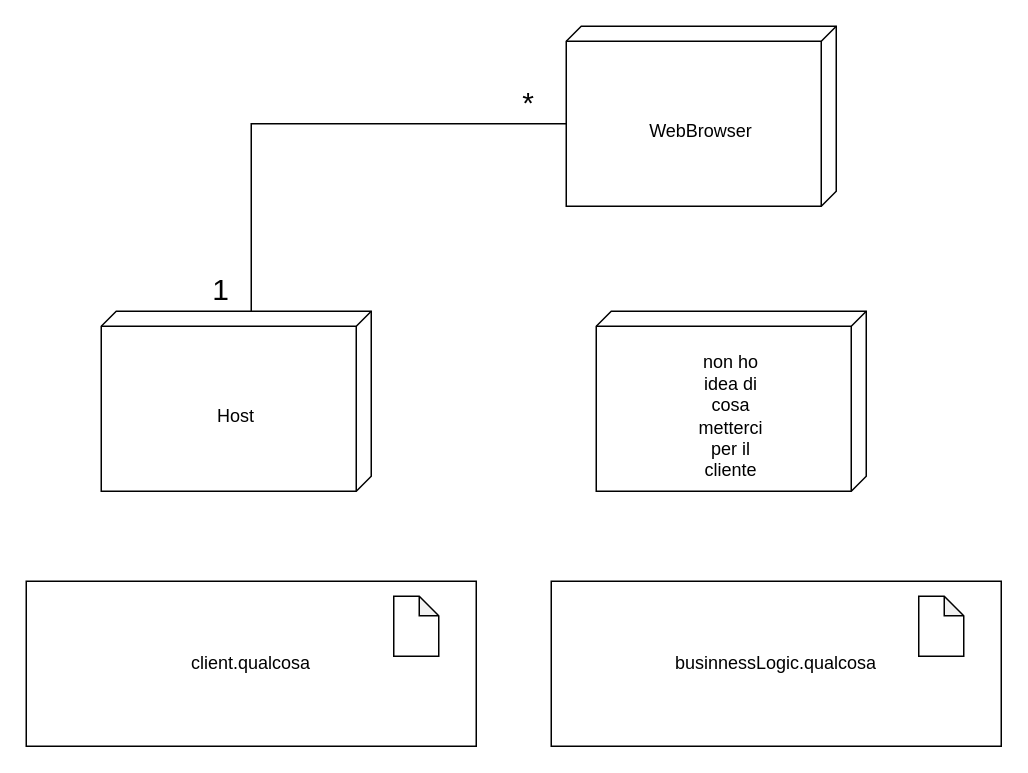
Earlier version of the draw.io diagram page "Pagina-2" (2 of 2) of progettazione/deployment.drawio (Marco-Burattoni/Progetto-ids). Source tidied: cells renumbered, new cells numbered last; positions are measured from the earlier drawing's top-left corner, leaving out a move shared by most shapes. Both pictures are drawn from the tidied source at 150%, with x=0, y=0 at pixel (26, 26).
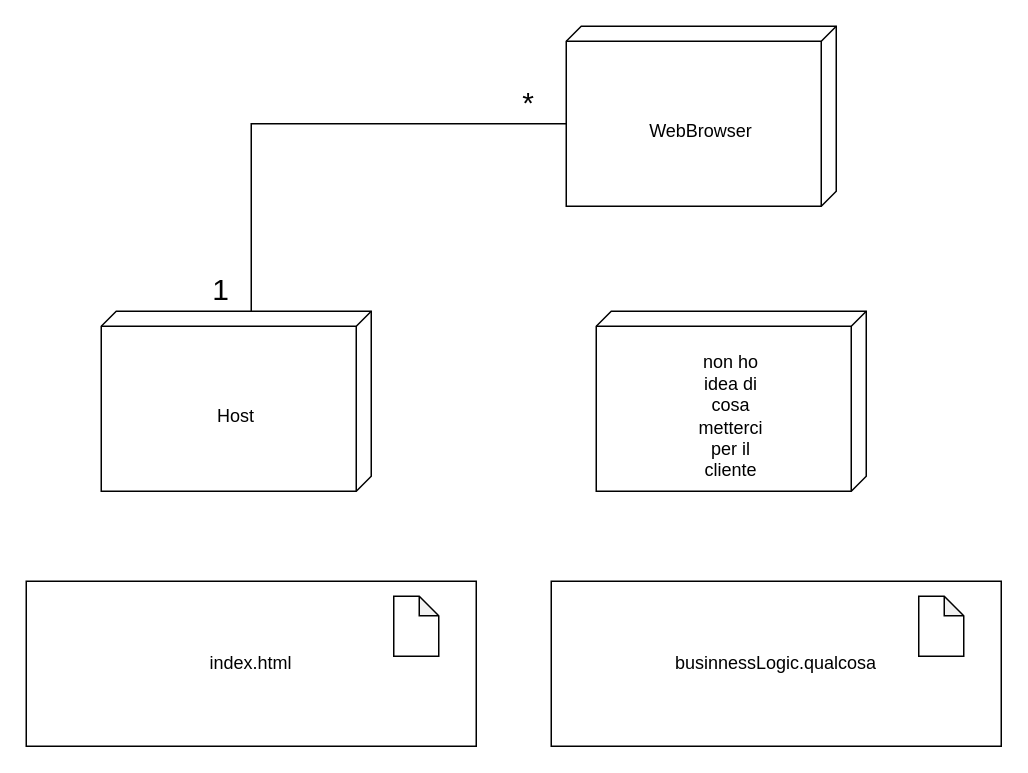
Above is the later version.

Change to the diagram source:
```diff
@@
 <mxGraphModel>
   <root>
     <mxCell id="0" />
     <mxCell id="1" parent="0" />
     <mxCell id="2" style="group;" parent="1" vertex="1">
       <mxGeometry x="360" width="180" height="120" as="geometry" />
     </mxCell>
     <mxCell id="3" value="&lt;div style=&quot;text-align: justify;&quot;&gt;&lt;/div&gt;" style="verticalAlign=top;align=center;spacingTop=8;spacingLeft=2;spacingRight=12;shape=cube;size=10;direction=south;fontStyle=4;html=1;strokeColor=#000000;strokeWidth=1;fontSize=12;" parent="2" vertex="1">
       <mxGeometry width="180" height="120" as="geometry" />
     </mxCell>
     <mxCell id="4" value="WebBrowser" style="text;html=1;strokeColor=none;fillColor=none;align=center;verticalAlign=middle;whiteSpace=wrap;rounded=0;strokeWidth=1;fontSize=12;" parent="2" vertex="1">
       <mxGeometry x="60" y="55" width="60" height="30" as="geometry" />
     </mxCell>
     <mxCell id="5" style="group;" parent="1" vertex="1">
       <mxGeometry x="50" y="190" width="180" height="120" as="geometry" />
     </mxCell>
     <mxCell id="6" value="&lt;div style=&quot;text-align: justify;&quot;&gt;&lt;/div&gt;" style="verticalAlign=top;align=center;spacingTop=8;spacingLeft=2;spacingRight=12;shape=cube;size=10;direction=south;fontStyle=4;html=1;strokeColor=#000000;strokeWidth=1;fontSize=12;" parent="5" vertex="1">
       <mxGeometry width="180" height="120" as="geometry" />
     </mxCell>
     <mxCell id="7" value="Host" style="text;html=1;strokeColor=none;fillColor=none;align=center;verticalAlign=middle;whiteSpace=wrap;rounded=0;strokeWidth=1;fontSize=12;" parent="5" vertex="1">
       <mxGeometry x="60" y="55" width="60" height="30" as="geometry" />
     </mxCell>
-    <mxCell id="8" value="client.qualcosa" style="rounded=0;whiteSpace=wrap;html=1;fillColor=none;strokeColor=#000000;strokeWidth=1;" parent="1" vertex="1">
+    <mxCell id="8" value="index.html" style="rounded=0;whiteSpace=wrap;html=1;fillColor=none;strokeColor=#000000;strokeWidth=1;" parent="1" vertex="1">
       <mxGeometry y="370" width="300" height="110" as="geometry" />
     </mxCell>
     <mxCell id="9" style="shape=note;whiteSpace=wrap;html=1;backgroundOutline=1;darkOpacity=0.05;strokeColor=#000000;strokeWidth=1;size=13;" parent="1" vertex="1">
       <mxGeometry x="245" y="380" width="30" height="40" as="geometry" />
     </mxCell>
     <mxCell id="10" value="businnessLogic.qualcosa" style="rounded=0;whiteSpace=wrap;html=1;fillColor=none;strokeColor=#000000;strokeWidth=1;" parent="1" vertex="1">
       <mxGeometry x="350" y="370" width="300" height="110" as="geometry" />
     </mxCell>
     <mxCell id="11" style="shape=note;whiteSpace=wrap;html=1;backgroundOutline=1;darkOpacity=0.05;strokeColor=#000000;strokeWidth=1;size=13;" parent="1" vertex="1">
       <mxGeometry x="595" y="380" width="30" height="40" as="geometry" />
     </mxCell>
     <mxCell id="12" style="group;" parent="1" vertex="1">
       <mxGeometry x="380" y="190" width="180" height="120" as="geometry" />
     </mxCell>
     <mxCell id="13" value="&lt;div style=&quot;text-align: justify;&quot;&gt;&lt;/div&gt;" style="verticalAlign=top;align=center;spacingTop=8;spacingLeft=2;spacingRight=12;shape=cube;size=10;direction=south;fontStyle=4;html=1;strokeColor=#000000;strokeWidth=1;fontSize=12;" parent="12" vertex="1">
       <mxGeometry width="180" height="120" as="geometry" />
     </mxCell>
     <mxCell id="14" value="non ho idea di cosa metterci per il cliente" style="text;html=1;strokeColor=none;fillColor=none;align=center;verticalAlign=middle;whiteSpace=wrap;rounded=0;strokeWidth=1;fontSize=12;" parent="12" vertex="1">
       <mxGeometry x="60" y="55" width="60" height="30" as="geometry" />
     </mxCell>
     <mxCell id="15" style="edgeStyle=orthogonalEdgeStyle;rounded=0;jettySize=auto;html=1;entryX=0;entryY=0;entryDx=65;entryDy=180;entryPerimeter=0;fontSize=12;endArrow=none;endFill=0;" parent="1" edge="1" target="3">
       <mxGeometry relative="1" as="geometry">
         <mxPoint x="150" y="190" as="sourcePoint" />
         <Array as="points">
           <mxPoint x="150" y="65" />
         </Array>
       </mxGeometry>
     </mxCell>
     <mxCell id="16" value="&lt;font style=&quot;font-size: 20px;&quot;&gt;*&lt;/font&gt;" style="text;html=1;strokeColor=none;fillColor=none;align=center;verticalAlign=middle;whiteSpace=wrap;rounded=0;strokeWidth=1;fontSize=12;" parent="1" vertex="1">
       <mxGeometry x="300" y="30" width="70" height="40" as="geometry" />
     </mxCell>
     <mxCell id="17" value="&lt;font style=&quot;font-size: 20px;&quot;&gt;1&lt;/font&gt;" style="text;html=1;strokeColor=none;fillColor=none;align=center;verticalAlign=middle;whiteSpace=wrap;rounded=0;strokeWidth=1;fontSize=12;" parent="1" vertex="1">
       <mxGeometry x="100" y="160" width="60" height="30" as="geometry" />
     </mxCell>
   </root>
 </mxGraphModel>
```
